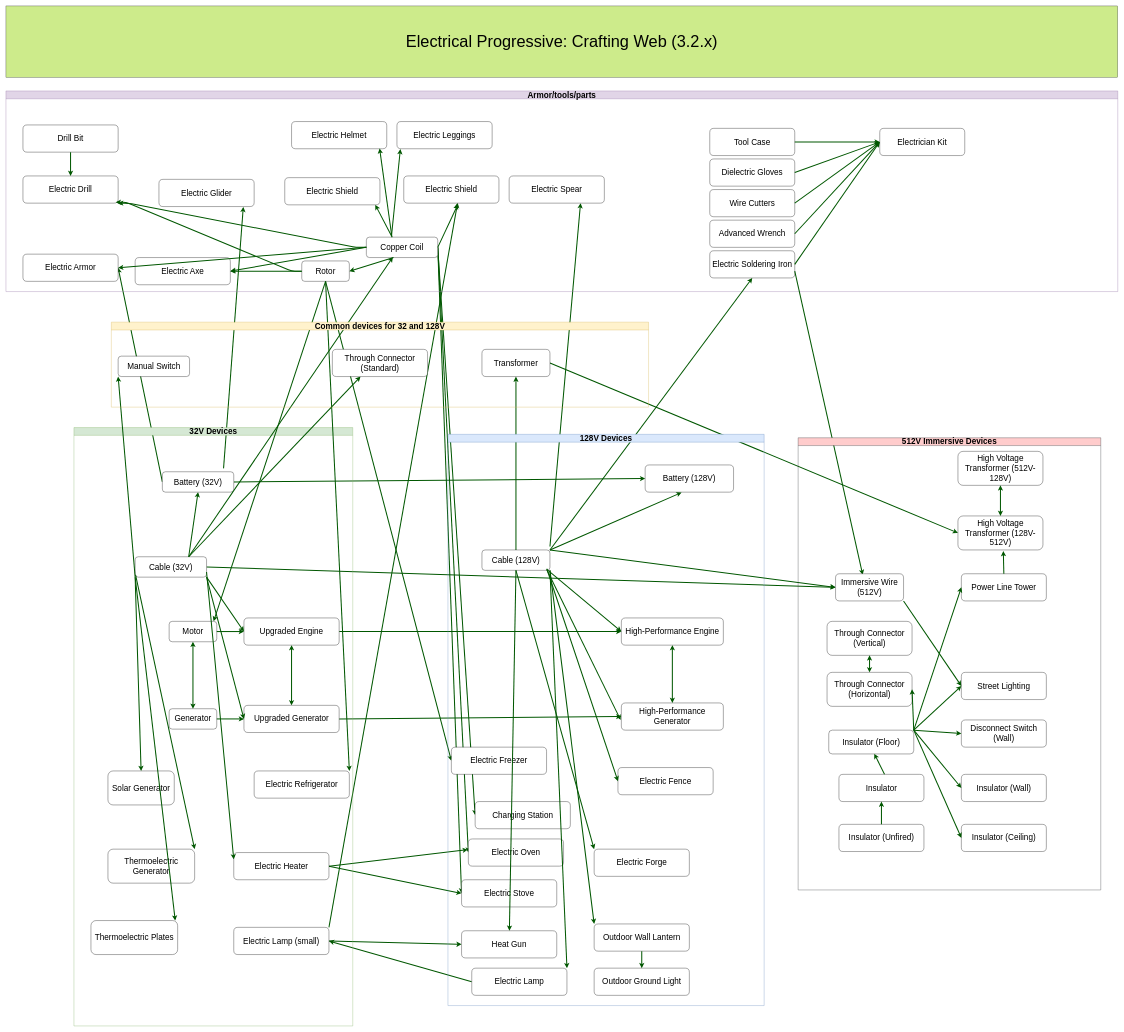
The draw.io diagram craft web EN 3.2.drawio in tehtelev/ElectricalProgressive, before the edit. Source tidied: cells renumbered, new cells numbered last; positions are measured from the earlier drawing's top-left corner, leaving out a move shared by most shapes. Both pictures are drawn from the tidied source at 34%, with x=0, y=0 at pixel (6, 6).
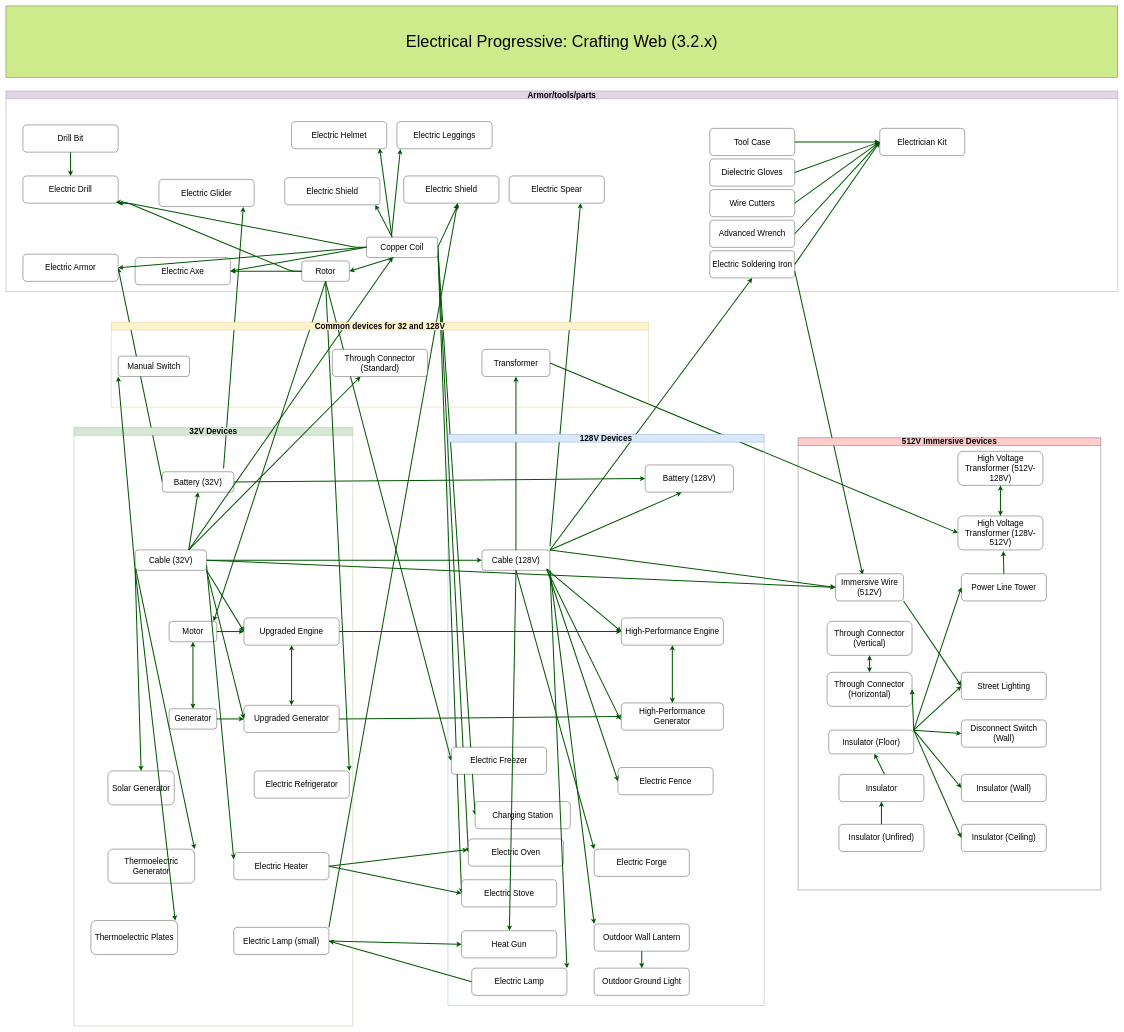
After the change.

Unchanged cells that the change refers to:
```xml
<mxCell id="57" value="&lt;font style=&quot;font-size: 24px;&quot;&gt;32V Devices&lt;/font&gt;" style="swimlane;whiteSpace=wrap;html=1;fillColor=#d5e8d4;strokeColor=#82b366;" parent="1" vertex="1">
  <mxGeometry x="200" y="1240" width="820" height="1760" as="geometry" />
</mxCell>
<mxCell id="88" value="&lt;font style=&quot;font-size: 24px;&quot;&gt;Cable (128V)&lt;/font&gt;" style="rounded=1;whiteSpace=wrap;html=1;" parent="86" vertex="1">
  <mxGeometry x="100" y="340" width="200" height="60" as="geometry" />
</mxCell>
```

Change to the diagram source:
```diff
@@
     <mxCell id="59" value="&lt;font style=&quot;font-size: 24px;&quot;&gt;Cable (32V)&lt;/font&gt;" style="rounded=1;whiteSpace=wrap;html=1;" parent="57" vertex="1">
-      <mxGeometry x="180" y="380" width="210" height="60" as="geometry" />
+      <mxGeometry x="180" y="360" width="210" height="60" as="geometry" />
     </mxCell>
@@
+    <mxCell id="143" style="endArrow=classic;html=1;rounded=1;exitX=1;exitY=0.5;exitDx=0;exitDy=0;entryX=0;entryY=0.5;entryDx=0;entryDy=0;strokeWidth=3;fillColor=#008a00;strokeColor=#005700;curved=0;" parent="1" edge="1" source="59" target="88">
+      <mxGeometry relative="1" as="geometry" />
+    </mxCell>
```
